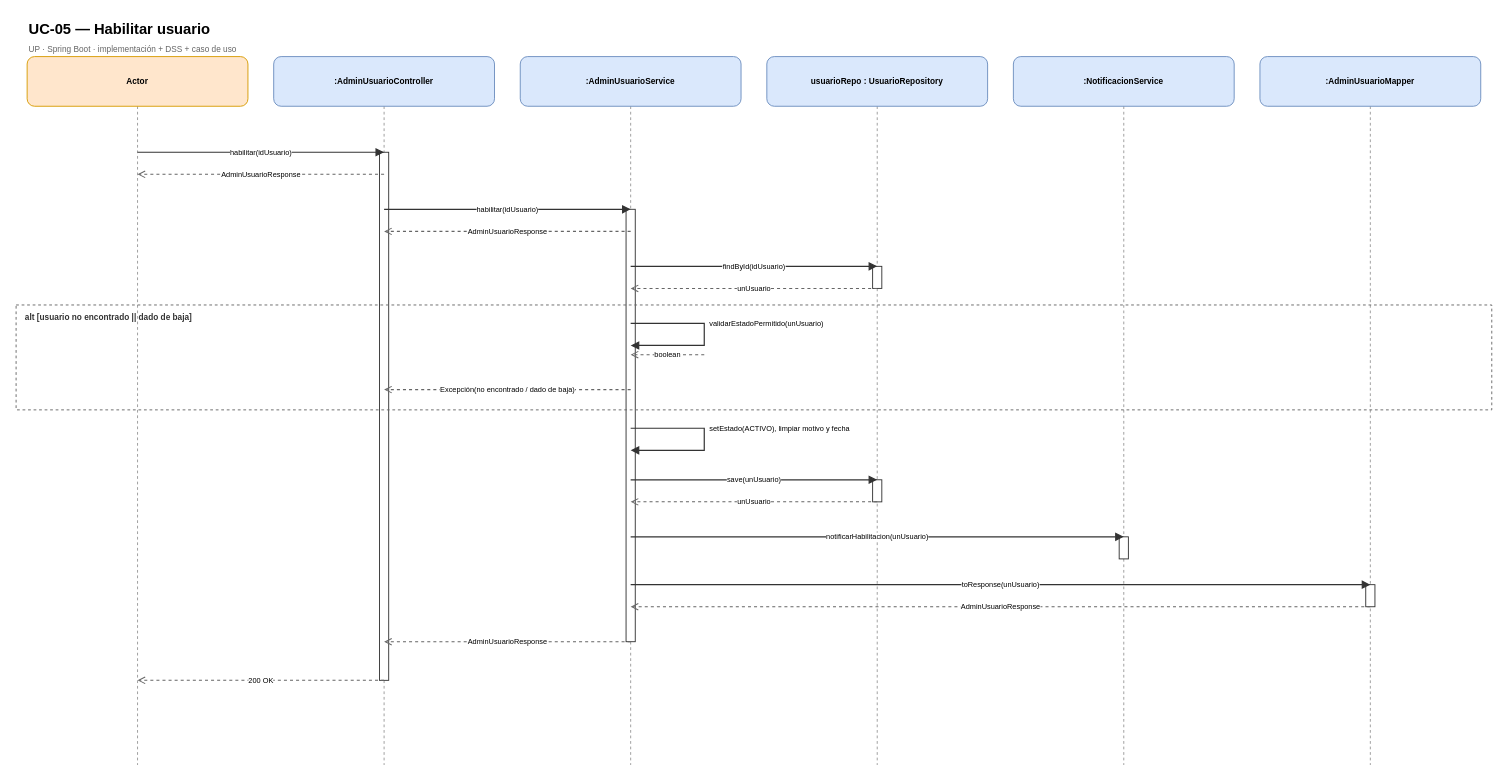
This is page "UC-05 — Habilitar usuario" (2 of 28) of docs/3_diseño/diagramas/DSD_Final.drawio from mgroko/modalink-backend, a draw.io file, before an edit. Source tidied: cells renumbered, new cells numbered last; positions are measured from the earlier drawing's top-left corner, leaving out a move shared by most shapes. Both pictures are drawn from the tidied source at 92%, with x=0, y=0 at pixel (16, 16).
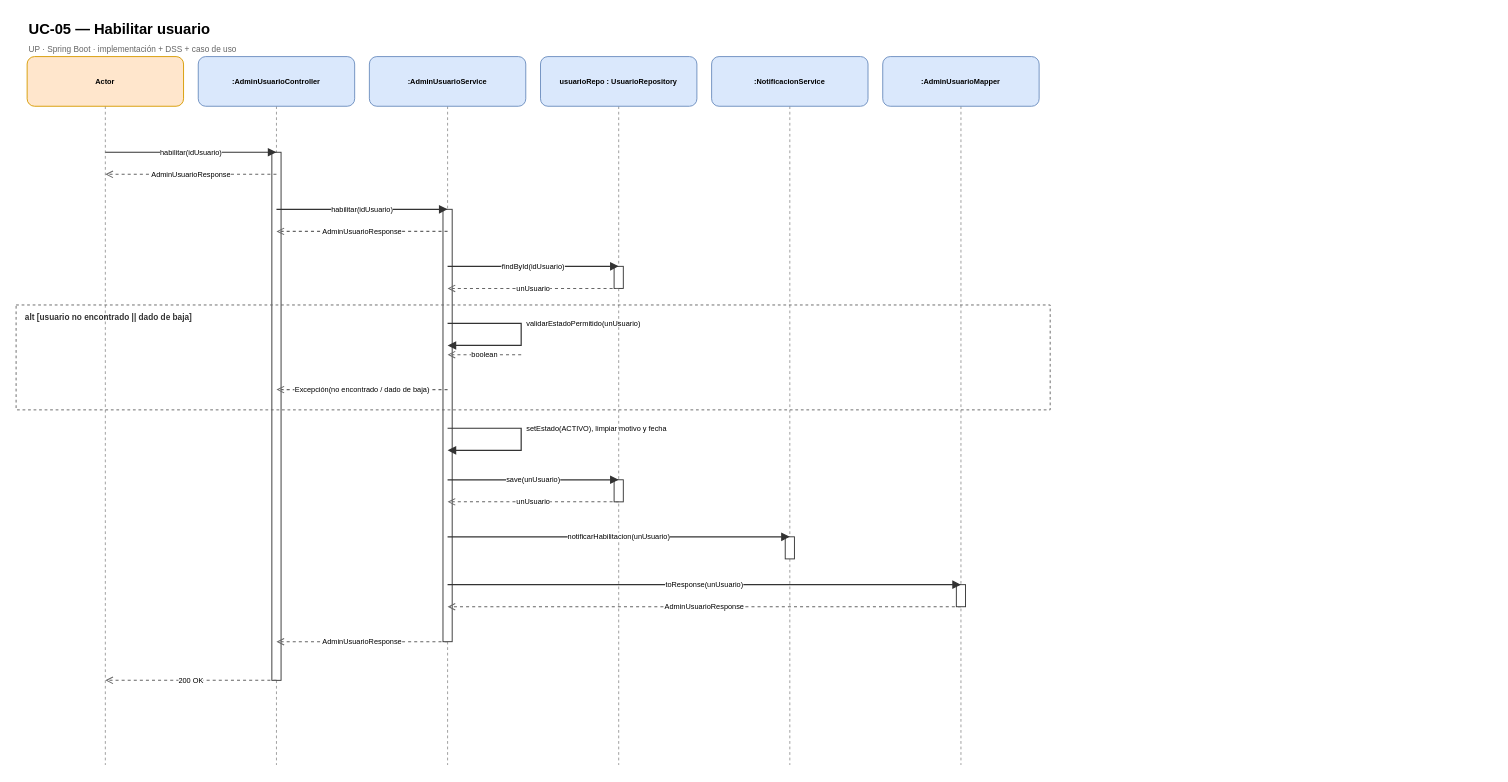
The same page after the edit.

The edit, as a diff of the source:
```diff
@@
     <mxCell id="2" value="UC-05 — Habilitar usuario" style="text;html=1;fontSize=16;fontStyle=1;align=left;verticalAlign=middle;" parent="1" vertex="1">
-      <mxGeometry x="12" width="1580" height="28" as="geometry" />
+      <mxGeometry x="12" width="1100" height="28" as="geometry" />
     </mxCell>
     <mxCell id="3" value="UP · Spring Boot · implementación + DSS + caso de uso" style="text;html=1;fontSize=9;align=left;verticalAlign=middle;fontColor=#666666;" parent="1" vertex="1">
-      <mxGeometry x="12" y="28" width="1580" height="18" as="geometry" />
+      <mxGeometry x="12" y="28" width="1100" height="18" as="geometry" />
     </mxCell>
     <mxCell id="4" style="endArrow=none;dashed=1;strokeColor=#999999;strokeWidth=1;html=1;" parent="1" edge="1">
       <mxGeometry relative="1" as="geometry">
-        <mxPoint x="132" y="98" as="sourcePoint" />
-        <mxPoint x="132" y="814" as="targetPoint" />
+        <mxPoint x="97" y="98" as="sourcePoint" />
+        <mxPoint x="97" y="814" as="targetPoint" />
       </mxGeometry>
     </mxCell>
     <mxCell id="5" style="endArrow=none;dashed=1;strokeColor=#999999;strokeWidth=1;html=1;" parent="1" edge="1">
       <mxGeometry relative="1" as="geometry">
-        <mxPoint x="400" y="98" as="sourcePoint" />
-        <mxPoint x="400" y="814" as="targetPoint" />
+        <mxPoint x="283" y="98" as="sourcePoint" />
+        <mxPoint x="283" y="814" as="targetPoint" />
       </mxGeometry>
     </mxCell>
     <mxCell id="6" style="endArrow=none;dashed=1;strokeColor=#999999;strokeWidth=1;html=1;" parent="1" edge="1">
       <mxGeometry relative="1" as="geometry">
-        <mxPoint x="668" y="98" as="sourcePoint" />
-        <mxPoint x="668" y="814" as="targetPoint" />
+        <mxPoint x="469" y="98" as="sourcePoint" />
+        <mxPoint x="469" y="814" as="targetPoint" />
       </mxGeometry>
     </mxCell>
     <mxCell id="7" style="endArrow=none;dashed=1;strokeColor=#999999;strokeWidth=1;html=1;" parent="1" edge="1">
       <mxGeometry relative="1" as="geometry">
-        <mxPoint x="936" y="98" as="sourcePoint" />
-        <mxPoint x="936" y="814" as="targetPoint" />
+        <mxPoint x="655" y="98" as="sourcePoint" />
+        <mxPoint x="655" y="814" as="targetPoint" />
       </mxGeometry>
     </mxCell>
     <mxCell id="8" style="endArrow=none;dashed=1;strokeColor=#999999;strokeWidth=1;html=1;" parent="1" edge="1">
       <mxGeometry relative="1" as="geometry">
-        <mxPoint x="1204" y="98" as="sourcePoint" />
-        <mxPoint x="1204" y="814" as="targetPoint" />
+        <mxPoint x="841" y="98" as="sourcePoint" />
+        <mxPoint x="841" y="814" as="targetPoint" />
       </mxGeometry>
     </mxCell>
     <mxCell id="9" style="endArrow=none;dashed=1;strokeColor=#999999;strokeWidth=1;html=1;" parent="1" edge="1">
       <mxGeometry relative="1" as="geometry">
-        <mxPoint x="1472" y="98" as="sourcePoint" />
-        <mxPoint x="1472" y="814" as="targetPoint" />
+        <mxPoint x="1027" y="98" as="sourcePoint" />
+        <mxPoint x="1027" y="814" as="targetPoint" />
       </mxGeometry>
     </mxCell>
     <mxCell id="10" style="rounded=0;whiteSpace=wrap;html=1;fillColor=#FFFFFF;strokeColor=#333333;strokeWidth=1;" parent="1" vertex="1">
-      <mxGeometry x="395" y="148" width="10" height="574" as="geometry" />
+      <mxGeometry x="278" y="148" width="10" height="574" as="geometry" />
     </mxCell>
     <mxCell id="11" style="rounded=0;whiteSpace=wrap;html=1;fillColor=#FFFFFF;strokeColor=#333333;strokeWidth=1;" parent="1" vertex="1">
-      <mxGeometry x="663" y="210" width="10" height="470" as="geometry" />
+      <mxGeometry x="464" y="210" width="10" height="470" as="geometry" />
     </mxCell>
     <mxCell id="12" style="rounded=0;whiteSpace=wrap;html=1;fillColor=#FFFFFF;strokeColor=#333333;strokeWidth=1;" parent="1" vertex="1">
-      <mxGeometry x="931" y="272" width="10" height="24" as="geometry" />
+      <mxGeometry x="650" y="272" width="10" height="24" as="geometry" />
     </mxCell>
     <mxCell id="13" style="rounded=0;whiteSpace=wrap;html=1;fillColor=#FFFFFF;strokeColor=#333333;strokeWidth=1;" parent="1" vertex="1">
-      <mxGeometry x="931" y="504" width="10" height="24" as="geometry" />
+      <mxGeometry x="650" y="504" width="10" height="24" as="geometry" />
     </mxCell>
     <mxCell id="14" style="rounded=0;whiteSpace=wrap;html=1;fillColor=#FFFFFF;strokeColor=#333333;strokeWidth=1;" parent="1" vertex="1">
-      <mxGeometry x="1199" y="566" width="10" height="24" as="geometry" />
+      <mxGeometry x="836" y="566" width="10" height="24" as="geometry" />
     </mxCell>
     <mxCell id="15" style="rounded=0;whiteSpace=wrap;html=1;fillColor=#FFFFFF;strokeColor=#333333;strokeWidth=1;" parent="1" vertex="1">
-      <mxGeometry x="1467" y="618" width="10" height="24" as="geometry" />
+      <mxGeometry x="1022" y="618" width="10" height="24" as="geometry" />
     </mxCell>
     <mxCell id="16" value="alt [usuario no encontrado || dado de baja]" style="rounded=0;whiteSpace=wrap;html=1;fillColor=none;strokeColor=#666666;dashed=1;verticalAlign=top;align=left;spacingLeft=8;spacingTop=2;fontSize=9;fontStyle=1;fontColor=#333333;" parent="1" vertex="1">
-      <mxGeometry y="314" width="1604" height="114" as="geometry" />
+      <mxGeometry y="314" width="1124" height="114" as="geometry" />
     </mxCell>
-    <mxCell id="17" value="Actor" style="rounded=1;whiteSpace=wrap;html=1;fillColor=#ffe6cc;strokeColor=#d79b00;fontSize=9;fontStyle=1;" parent="1" vertex="1">
-      <mxGeometry x="12" y="44" width="240" height="54" as="geometry" />
+    <mxCell id="17" value="Actor" style="rounded=1;whiteSpace=wrap;html=1;fillColor=#ffe6cc;strokeColor=#d79b00;fontSize=8;fontStyle=1;" parent="1" vertex="1">
+      <mxGeometry x="12" y="44" width="170" height="54" as="geometry" />
     </mxCell>
-    <mxCell id="18" value=":AdminUsuarioController" style="rounded=1;whiteSpace=wrap;html=1;fillColor=#dae8fc;strokeColor=#6c8ebf;fontSize=9;fontStyle=1;" parent="1" vertex="1">
-      <mxGeometry x="280" y="44" width="240" height="54" as="geometry" />
+    <mxCell id="18" value=":AdminUsuarioController" style="rounded=1;whiteSpace=wrap;html=1;fillColor=#dae8fc;strokeColor=#6c8ebf;fontSize=8;fontStyle=1;" parent="1" vertex="1">
+      <mxGeometry x="198" y="44" width="170" height="54" as="geometry" />
     </mxCell>
-    <mxCell id="19" value=":AdminUsuarioService" style="rounded=1;whiteSpace=wrap;html=1;fillColor=#dae8fc;strokeColor=#6c8ebf;fontSize=9;fontStyle=1;" parent="1" vertex="1">
-      <mxGeometry x="548" y="44" width="240" height="54" as="geometry" />
+    <mxCell id="19" value=":AdminUsuarioService" style="rounded=1;whiteSpace=wrap;html=1;fillColor=#dae8fc;strokeColor=#6c8ebf;fontSize=8;fontStyle=1;" parent="1" vertex="1">
+      <mxGeometry x="384" y="44" width="170" height="54" as="geometry" />
     </mxCell>
-    <mxCell id="20" value="usuarioRepo : UsuarioRepository" style="rounded=1;whiteSpace=wrap;html=1;fillColor=#dae8fc;strokeColor=#6c8ebf;fontSize=9;fontStyle=1;" parent="1" vertex="1">
-      <mxGeometry x="816" y="44" width="240" height="54" as="geometry" />
+    <mxCell id="20" value="usuarioRepo : UsuarioRepository" style="rounded=1;whiteSpace=wrap;html=1;fillColor=#dae8fc;strokeColor=#6c8ebf;fontSize=8;fontStyle=1;" parent="1" vertex="1">
+      <mxGeometry x="570" y="44" width="170" height="54" as="geometry" />
     </mxCell>
-    <mxCell id="21" value=":NotificacionService" style="rounded=1;whiteSpace=wrap;html=1;fillColor=#dae8fc;strokeColor=#6c8ebf;fontSize=9;fontStyle=1;" parent="1" vertex="1">
-      <mxGeometry x="1084" y="44" width="240" height="54" as="geometry" />
+    <mxCell id="21" value=":NotificacionService" style="rounded=1;whiteSpace=wrap;html=1;fillColor=#dae8fc;strokeColor=#6c8ebf;fontSize=8;fontStyle=1;" parent="1" vertex="1">
+      <mxGeometry x="756" y="44" width="170" height="54" as="geometry" />
     </mxCell>
-    <mxCell id="22" value=":AdminUsuarioMapper" style="rounded=1;whiteSpace=wrap;html=1;fillColor=#dae8fc;strokeColor=#6c8ebf;fontSize=9;fontStyle=1;" parent="1" vertex="1">
-      <mxGeometry x="1352" y="44" width="240" height="54" as="geometry" />
+    <mxCell id="22" value=":AdminUsuarioMapper" style="rounded=1;whiteSpace=wrap;html=1;fillColor=#dae8fc;strokeColor=#6c8ebf;fontSize=8;fontStyle=1;" parent="1" vertex="1">
+      <mxGeometry x="942" y="44" width="170" height="54" as="geometry" />
     </mxCell>
     <mxCell id="23" value="habilitar(idUsuario)" style="html=1;endArrow=block;endFill=1;rounded=0;strokeWidth=1.3;strokeColor=#333333;labelBackgroundColor=#ffffff;fontSize=8;" parent="1" edge="1">
       <mxGeometry relative="1" as="geometry">
-        <mxPoint x="132" y="148" as="sourcePoint" />
-        <mxPoint x="400" y="148" as="targetPoint" />
+        <mxPoint x="97" y="148" as="sourcePoint" />
+        <mxPoint x="283" y="148" as="targetPoint" />
       </mxGeometry>
     </mxCell>
     <mxCell id="24" value="AdminUsuarioResponse" style="html=1;endArrow=open;endFill=0;dashed=1;rounded=0;strokeWidth=1.1;strokeColor=#666666;labelBackgroundColor=#ffffff;fontSize=8;" parent="1" edge="1">
       <mxGeometry relative="1" as="geometry">
-        <mxPoint x="400" y="172" as="sourcePoint" />
-        <mxPoint x="132" y="172" as="targetPoint" />
+        <mxPoint x="283" y="172" as="sourcePoint" />
+        <mxPoint x="97" y="172" as="targetPoint" />
       </mxGeometry>
     </mxCell>
     <mxCell id="25" value="habilitar(idUsuario)" style="html=1;endArrow=block;endFill=1;rounded=0;strokeWidth=1.3;strokeColor=#333333;labelBackgroundColor=#ffffff;fontSize=8;" parent="1" edge="1">
       <mxGeometry relative="1" as="geometry">
-        <mxPoint x="400" y="210" as="sourcePoint" />
-        <mxPoint x="668" y="210" as="targetPoint" />
+        <mxPoint x="283" y="210" as="sourcePoint" />
+        <mxPoint x="469" y="210" as="targetPoint" />
       </mxGeometry>
     </mxCell>
     <mxCell id="26" value="AdminUsuarioResponse" style="html=1;endArrow=open;endFill=0;dashed=1;rounded=0;strokeWidth=1.1;strokeColor=#666666;labelBackgroundColor=#ffffff;fontSize=8;" parent="1" edge="1">
       <mxGeometry relative="1" as="geometry">
-        <mxPoint x="668" y="234" as="sourcePoint" />
-        <mxPoint x="400" y="234" as="targetPoint" />
+        <mxPoint x="469" y="234" as="sourcePoint" />
+        <mxPoint x="283" y="234" as="targetPoint" />
       </mxGeometry>
     </mxCell>
     <mxCell id="27" value="findById(idUsuario)" style="html=1;endArrow=block;endFill=1;rounded=0;strokeWidth=1.3;strokeColor=#333333;labelBackgroundColor=#ffffff;fontSize=8;" parent="1" edge="1">
       <mxGeometry relative="1" as="geometry">
-        <mxPoint x="668" y="272" as="sourcePoint" />
-        <mxPoint x="936" y="272" as="targetPoint" />
+        <mxPoint x="469" y="272" as="sourcePoint" />
+        <mxPoint x="655" y="272" as="targetPoint" />
       </mxGeometry>
     </mxCell>
     <mxCell id="28" value="unUsuario" style="html=1;endArrow=open;endFill=0;dashed=1;rounded=0;strokeWidth=1.1;strokeColor=#666666;labelBackgroundColor=#ffffff;fontSize=8;" parent="1" edge="1">
       <mxGeometry relative="1" as="geometry">
-        <mxPoint x="936" y="296" as="sourcePoint" />
-        <mxPoint x="668" y="296" as="targetPoint" />
+        <mxPoint x="655" y="296" as="sourcePoint" />
+        <mxPoint x="469" y="296" as="targetPoint" />
       </mxGeometry>
     </mxCell>
     <mxCell id="29" style="html=1;endArrow=block;endFill=1;rounded=0;strokeWidth=1.3;strokeColor=#333333;" parent="1" edge="1">
       <mxGeometry relative="1" as="geometry">
-        <mxPoint x="668" y="334" as="sourcePoint" />
-        <mxPoint x="668" y="358" as="targetPoint" />
+        <mxPoint x="469" y="334" as="sourcePoint" />
+        <mxPoint x="469" y="358" as="targetPoint" />
         <Array as="points">
-          <mxPoint x="748" y="334" />
-          <mxPoint x="748" y="358" />
+          <mxPoint x="549" y="334" />
+          <mxPoint x="549" y="358" />
         </Array>
       </mxGeometry>
     </mxCell>
     <mxCell id="30" value="validarEstadoPermitido(unUsuario)" style="text;html=1;fontSize=8;align=left;verticalAlign=middle;" parent="1" vertex="1">
-      <mxGeometry x="752" y="324" width="330" height="20" as="geometry" />
+      <mxGeometry x="553" y="324" width="330" height="20" as="geometry" />
     </mxCell>
     <mxCell id="31" value="boolean" style="html=1;endArrow=open;endFill=0;dashed=1;rounded=0;strokeWidth=1.1;strokeColor=#666666;labelBackgroundColor=#ffffff;fontSize=8;" parent="1" edge="1">
       <mxGeometry relative="1" as="geometry">
-        <mxPoint x="748" y="368" as="sourcePoint" />
-        <mxPoint x="668" y="368" as="targetPoint" />
+        <mxPoint x="549" y="368" as="sourcePoint" />
+        <mxPoint x="469" y="368" as="targetPoint" />
       </mxGeometry>
     </mxCell>
     <mxCell id="32" value="Excepción(no encontrado / dado de baja)" style="html=1;endArrow=open;endFill=0;dashed=1;rounded=0;strokeWidth=1.1;strokeColor=#666666;labelBackgroundColor=#ffffff;fontSize=8;" parent="1" edge="1">
       <mxGeometry relative="1" as="geometry">
-        <mxPoint x="668" y="406" as="sourcePoint" />
-        <mxPoint x="400" y="406" as="targetPoint" />
+        <mxPoint x="469" y="406" as="sourcePoint" />
+        <mxPoint x="283" y="406" as="targetPoint" />
       </mxGeometry>
     </mxCell>
     <mxCell id="33" style="html=1;endArrow=block;endFill=1;rounded=0;strokeWidth=1.3;strokeColor=#333333;" parent="1" edge="1">
       <mxGeometry relative="1" as="geometry">
-        <mxPoint x="668" y="448" as="sourcePoint" />
-        <mxPoint x="668" y="472" as="targetPoint" />
+        <mxPoint x="469" y="448" as="sourcePoint" />
+        <mxPoint x="469" y="472" as="targetPoint" />
         <Array as="points">
-          <mxPoint x="748" y="448" />
-          <mxPoint x="748" y="472" />
+          <mxPoint x="549" y="448" />
+          <mxPoint x="549" y="472" />
         </Array>
       </mxGeometry>
     </mxCell>
     <mxCell id="34" value="setEstado(ACTIVO), limpiar motivo y fecha" style="text;html=1;fontSize=8;align=left;verticalAlign=middle;" parent="1" vertex="1">
-      <mxGeometry x="752" y="438" width="330" height="20" as="geometry" />
+      <mxGeometry x="553" y="438" width="330" height="20" as="geometry" />
     </mxCell>
     <mxCell id="35" value="save(unUsuario)" style="html=1;endArrow=block;endFill=1;rounded=0;strokeWidth=1.3;strokeColor=#333333;labelBackgroundColor=#ffffff;fontSize=8;" parent="1" edge="1">
       <mxGeometry relative="1" as="geometry">
-        <mxPoint x="668" y="504" as="sourcePoint" />
-        <mxPoint x="936" y="504" as="targetPoint" />
+        <mxPoint x="469" y="504" as="sourcePoint" />
+        <mxPoint x="655" y="504" as="targetPoint" />
       </mxGeometry>
     </mxCell>
     <mxCell id="36" value="unUsuario" style="html=1;endArrow=open;endFill=0;dashed=1;rounded=0;strokeWidth=1.1;strokeColor=#666666;labelBackgroundColor=#ffffff;fontSize=8;" parent="1" edge="1">
       <mxGeometry relative="1" as="geometry">
-        <mxPoint x="936" y="528" as="sourcePoint" />
-        <mxPoint x="668" y="528" as="targetPoint" />
+        <mxPoint x="655" y="528" as="sourcePoint" />
+        <mxPoint x="469" y="528" as="targetPoint" />
       </mxGeometry>
     </mxCell>
     <mxCell id="37" value="notificarHabilitacion(unUsuario)" style="html=1;endArrow=block;endFill=1;rounded=0;strokeWidth=1.3;strokeColor=#333333;labelBackgroundColor=#ffffff;fontSize=8;" parent="1" edge="1">
       <mxGeometry relative="1" as="geometry">
-        <mxPoint x="668" y="566" as="sourcePoint" />
-        <mxPoint x="1204" y="566" as="targetPoint" />
+        <mxPoint x="469" y="566" as="sourcePoint" />
+        <mxPoint x="841" y="566" as="targetPoint" />
       </mxGeometry>
     </mxCell>
     <mxCell id="38" value="toResponse(unUsuario)" style="html=1;endArrow=block;endFill=1;rounded=0;strokeWidth=1.3;strokeColor=#333333;labelBackgroundColor=#ffffff;fontSize=8;" parent="1" edge="1">
       <mxGeometry relative="1" as="geometry">
-        <mxPoint x="668" y="618" as="sourcePoint" />
-        <mxPoint x="1472" y="618" as="targetPoint" />
+        <mxPoint x="469" y="618" as="sourcePoint" />
+        <mxPoint x="1027" y="618" as="targetPoint" />
       </mxGeometry>
     </mxCell>
     <mxCell id="39" value="AdminUsuarioResponse" style="html=1;endArrow=open;endFill=0;dashed=1;rounded=0;strokeWidth=1.1;strokeColor=#666666;labelBackgroundColor=#ffffff;fontSize=8;" parent="1" edge="1">
       <mxGeometry relative="1" as="geometry">
-        <mxPoint x="1472" y="642" as="sourcePoint" />
-        <mxPoint x="668" y="642" as="targetPoint" />
+        <mxPoint x="1027" y="642" as="sourcePoint" />
+        <mxPoint x="469" y="642" as="targetPoint" />
       </mxGeometry>
     </mxCell>
     <mxCell id="40" value="AdminUsuarioResponse" style="html=1;endArrow=open;endFill=0;dashed=1;rounded=0;strokeWidth=1.1;strokeColor=#666666;labelBackgroundColor=#ffffff;fontSize=8;" parent="1" edge="1">
       <mxGeometry relative="1" as="geometry">
-        <mxPoint x="668" y="680" as="sourcePoint" />
-        <mxPoint x="400" y="680" as="targetPoint" />
+        <mxPoint x="469" y="680" as="sourcePoint" />
+        <mxPoint x="283" y="680" as="targetPoint" />
       </mxGeometry>
     </mxCell>
     <mxCell id="41" value="200 OK" style="html=1;endArrow=open;endFill=0;dashed=1;rounded=0;strokeWidth=1.1;strokeColor=#666666;labelBackgroundColor=#ffffff;fontSize=8;" parent="1" edge="1">
       <mxGeometry relative="1" as="geometry">
-        <mxPoint x="400" y="722" as="sourcePoint" />
-        <mxPoint x="132" y="722" as="targetPoint" />
+        <mxPoint x="283" y="722" as="sourcePoint" />
+        <mxPoint x="97" y="722" as="targetPoint" />
       </mxGeometry>
     </mxCell>
```
